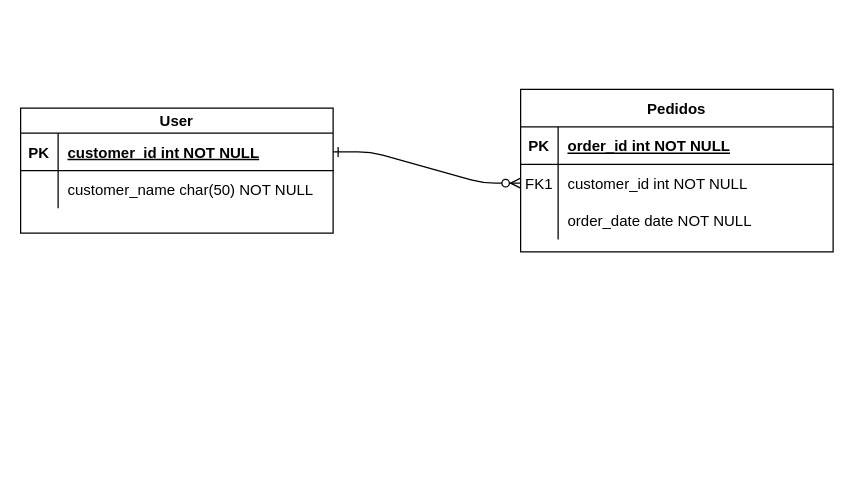
Earlier version of the draw.io diagram Modelo_Logico.drawio (ArcanjoDaGuarda/AnjoProjetos). Source tidied: cells renumbered, new cells numbered last; positions are measured from the earlier drawing's top-left corner, leaving out a move shared by most shapes. Both pictures are drawn from the tidied source at 125%, with x=0, y=0 at pixel (20, 89).
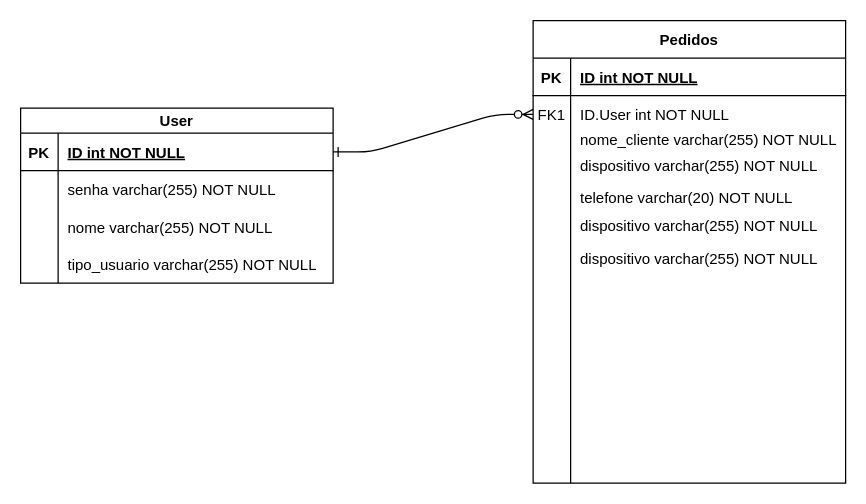
Above is the later version.

The change refers to these unchanged cells:
```xml
<mxCell id="4" style="shape=partialRectangle;fillColor=none;top=0;left=0;right=0;bottom=1;" parent="3" vertex="1">
  <mxGeometry y="30" width="250" height="30" as="geometry" />
</mxCell>
<mxCell id="7" style="shape=partialRectangle;fillColor=none;points=[[0,0.5],[1,0.5]];portConstraint=eastwest;top=0;left=0;right=0;bottom=0;" parent="3" vertex="1">
  <mxGeometry y="60" width="250" height="30" as="geometry" />
</mxCell>
```

What changed in the source:
```diff
@@
+    <mxCell id="13" value="User" style="shape=table;startSize=20;childLayout=tableLayout;rowLines=0;fontStyle=1;align=center;" parent="1" vertex="1">
+      <mxGeometry y="15" width="250" height="140" as="geometry" />
+    </mxCell>
+    <mxCell id="14" style="shape=partialRectangle;fillColor=none;points=[[0,0.5],[1,0.5]];portConstraint=eastwest;top=0;left=0;right=0;bottom=1;" parent="13" vertex="1">
+      <mxGeometry y="20" width="250" height="30" as="geometry" />
+    </mxCell>
+    <mxCell id="15" value="PK" style="shape=partialRectangle;overflow=hidden;fillColor=none;top=0;left=0;bottom=0;right=0;fontStyle=1;" parent="14" vertex="1">
+      <mxGeometry width="30" height="30" as="geometry" />
+    </mxCell>
+    <mxCell id="16" value="ID int NOT NULL " style="shape=partialRectangle;overflow=hidden;fillColor=none;top=0;left=0;bottom=0;right=0;align=left;spacingLeft=6;fontStyle=5;" parent="14" vertex="1">
+      <mxGeometry x="30" width="220" height="30" as="geometry" />
+    </mxCell>
+    <mxCell id="17" style="shape=partialRectangle;fillColor=none;top=0;left=0;right=0;bottom=0;" parent="13" vertex="1">
+      <mxGeometry y="50" width="250" height="90" as="geometry" />
+    </mxCell>
+    <mxCell id="18" style="shape=partialRectangle;overflow=hidden;fillColor=none;top=0;left=0;bottom=0;right=0;" parent="17" vertex="1">
+      <mxGeometry width="30" height="90" as="geometry" />
+    </mxCell>
+    <mxCell id="19" value="nome varchar(255) NOT NULL" style="shape=partialRectangle;overflow=hidden;fillColor=none;top=0;left=0;bottom=0;right=0;align=left;spacingLeft=6;" parent="17" vertex="1">
+      <mxGeometry x="30" width="220" height="90" as="geometry" />
+    </mxCell>
+    <mxCell id="20" value="senha varchar(255) NOT NULL" style="shape=partialRectangle;overflow=hidden;fillColor=none;top=0;left=0;bottom=0;right=0;align=left;spacingLeft=6;" parent="1" vertex="1">
+      <mxGeometry x="30" y="65" width="220" height="30" as="geometry" />
+    </mxCell>
+    <mxCell id="21" value="tipo_usuario varchar(255) NOT NULL" style="shape=partialRectangle;overflow=hidden;fillColor=none;top=0;left=0;bottom=0;right=0;align=left;spacingLeft=6;" parent="1" vertex="1">
+      <mxGeometry x="30" y="125" width="220" height="30" as="geometry" />
+    </mxCell>
     <mxCell id="3" value="Pedidos" style="shape=table;startSize=30;childLayout=tableLayout;rowLines=0;fontStyle=1;align=center;" parent="1" vertex="1">
-      <mxGeometry x="400" width="250" height="130" as="geometry" />
+      <mxGeometry x="410" y="-55" width="250" height="370" as="geometry" />
     </mxCell>
@@
-    <mxCell id="6" value="order_id int NOT NULL " style="shape=partialRectangle;overflow=hidden;fillColor=none;top=0;left=0;bottom=0;right=0;align=left;spacingLeft=6;fontStyle=5;" parent="4" vertex="1">
+    <mxCell id="6" value="ID int NOT NULL " style="shape=partialRectangle;overflow=hidden;fillColor=none;top=0;left=0;bottom=0;right=0;align=left;spacingLeft=6;fontStyle=5;" parent="4" vertex="1">
       <mxGeometry x="30" width="220" height="30" as="geometry" />
     </mxCell>
@@
-    <mxCell id="9" value="customer_id int NOT NULL" style="shape=partialRectangle;overflow=hidden;fillColor=none;top=0;left=0;bottom=0;right=0;align=left;spacingLeft=6;" parent="7" vertex="1">
+    <mxCell id="9" value="ID.User int NOT NULL" style="shape=partialRectangle;overflow=hidden;fillColor=none;top=0;left=0;bottom=0;right=0;align=left;spacingLeft=6;" parent="7" vertex="1">
       <mxGeometry x="30" width="220" height="30" as="geometry" />
     </mxCell>
     <mxCell id="10" style="shape=partialRectangle;fillColor=none;top=0;left=0;right=0;bottom=0;" parent="3" vertex="1">
-      <mxGeometry y="90" width="250" height="30" as="geometry" />
+      <mxGeometry y="90" width="250" height="280" as="geometry" />
     </mxCell>
     <mxCell id="11" style="shape=partialRectangle;overflow=hidden;fillColor=none;top=0;left=0;bottom=0;right=0;" parent="10" vertex="1">
-      <mxGeometry width="30" height="30" as="geometry" />
+      <mxGeometry width="30" height="280" as="geometry" />
     </mxCell>
-    <mxCell id="12" value="order_date date NOT NULL" style="shape=partialRectangle;overflow=hidden;fillColor=none;top=0;left=0;bottom=0;right=0;align=left;spacingLeft=6;" parent="10" vertex="1">
-      <mxGeometry x="30" width="220" height="30" as="geometry" />
+    <mxCell id="12" style="shape=partialRectangle;overflow=hidden;fillColor=none;top=0;left=0;bottom=0;right=0;align=left;spacingLeft=6;" parent="10" vertex="1">
+      <mxGeometry x="30" width="220" height="280" as="geometry" />
     </mxCell>
-    <mxCell id="13" value="User" style="shape=table;startSize=20;childLayout=tableLayout;rowLines=0;fontStyle=1;align=center;" parent="1" vertex="1">
-      <mxGeometry y="15" width="250" height="100" as="geometry" />
-    </mxCell>
-    <mxCell id="14" style="shape=partialRectangle;fillColor=none;points=[[0,0.5],[1,0.5]];portConstraint=eastwest;top=0;left=0;right=0;bottom=1;" parent="13" vertex="1">
-      <mxGeometry y="20" width="250" height="30" as="geometry" />
-    </mxCell>
-    <mxCell id="15" value="PK" style="shape=partialRectangle;overflow=hidden;fillColor=none;top=0;left=0;bottom=0;right=0;fontStyle=1;" parent="14" vertex="1">
-      <mxGeometry width="30" height="30" as="geometry" />
-    </mxCell>
-    <mxCell id="16" value="customer_id int NOT NULL " style="shape=partialRectangle;overflow=hidden;fillColor=none;top=0;left=0;bottom=0;right=0;align=left;spacingLeft=6;fontStyle=5;" parent="14" vertex="1">
-      <mxGeometry x="30" width="220" height="30" as="geometry" />
-    </mxCell>
-    <mxCell id="17" style="shape=partialRectangle;fillColor=none;top=0;left=0;right=0;bottom=0;" parent="13" vertex="1">
-      <mxGeometry y="50" width="250" height="30" as="geometry" />
-    </mxCell>
-    <mxCell id="18" style="shape=partialRectangle;overflow=hidden;fillColor=none;top=0;left=0;bottom=0;right=0;" parent="17" vertex="1">
-      <mxGeometry width="30" height="30" as="geometry" />
-    </mxCell>
-    <mxCell id="19" value="customer_name char(50) NOT NULL" style="shape=partialRectangle;overflow=hidden;fillColor=none;top=0;left=0;bottom=0;right=0;align=left;spacingLeft=6;" parent="17" vertex="1">
-      <mxGeometry x="30" width="220" height="30" as="geometry" />
-    </mxCell>
+    <mxCell id="22" value="nome_cliente varchar(255) NOT NULL" style="shape=partialRectangle;overflow=hidden;fillColor=none;top=0;left=0;bottom=0;right=0;align=left;spacingLeft=6;" parent="1" vertex="1">
+      <mxGeometry x="440" y="25" width="220" height="30" as="geometry" />
+    </mxCell>
+    <mxCell id="23" value="dispositivo varchar(255) NOT NULL" style="shape=partialRectangle;overflow=hidden;fillColor=none;top=0;left=0;bottom=0;right=0;align=left;spacingLeft=6;" parent="1" vertex="1">
+      <mxGeometry x="440" y="46" width="220" height="30" as="geometry" />
+    </mxCell>
+    <mxCell id="24" value="telefone varchar(20) NOT NULL" style="shape=partialRectangle;overflow=hidden;fillColor=none;top=0;left=0;bottom=0;right=0;align=left;spacingLeft=6;" parent="1" vertex="1">
+      <mxGeometry x="440" y="71" width="220" height="30" as="geometry" />
+    </mxCell>
+    <mxCell id="25" value="dispositivo varchar(255) NOT NULL" style="shape=partialRectangle;overflow=hidden;fillColor=none;top=0;left=0;bottom=0;right=0;align=left;spacingLeft=6;" parent="1" vertex="1">
+      <mxGeometry x="440" y="94" width="220" height="30" as="geometry" />
+    </mxCell>
+    <mxCell id="26" value="dispositivo varchar(255) NOT NULL" style="shape=partialRectangle;overflow=hidden;fillColor=none;top=0;left=0;bottom=0;right=0;align=left;spacingLeft=6;" parent="1" vertex="1">
+      <mxGeometry x="440" y="120" width="220" height="30" as="geometry" />
+    </mxCell>
```
